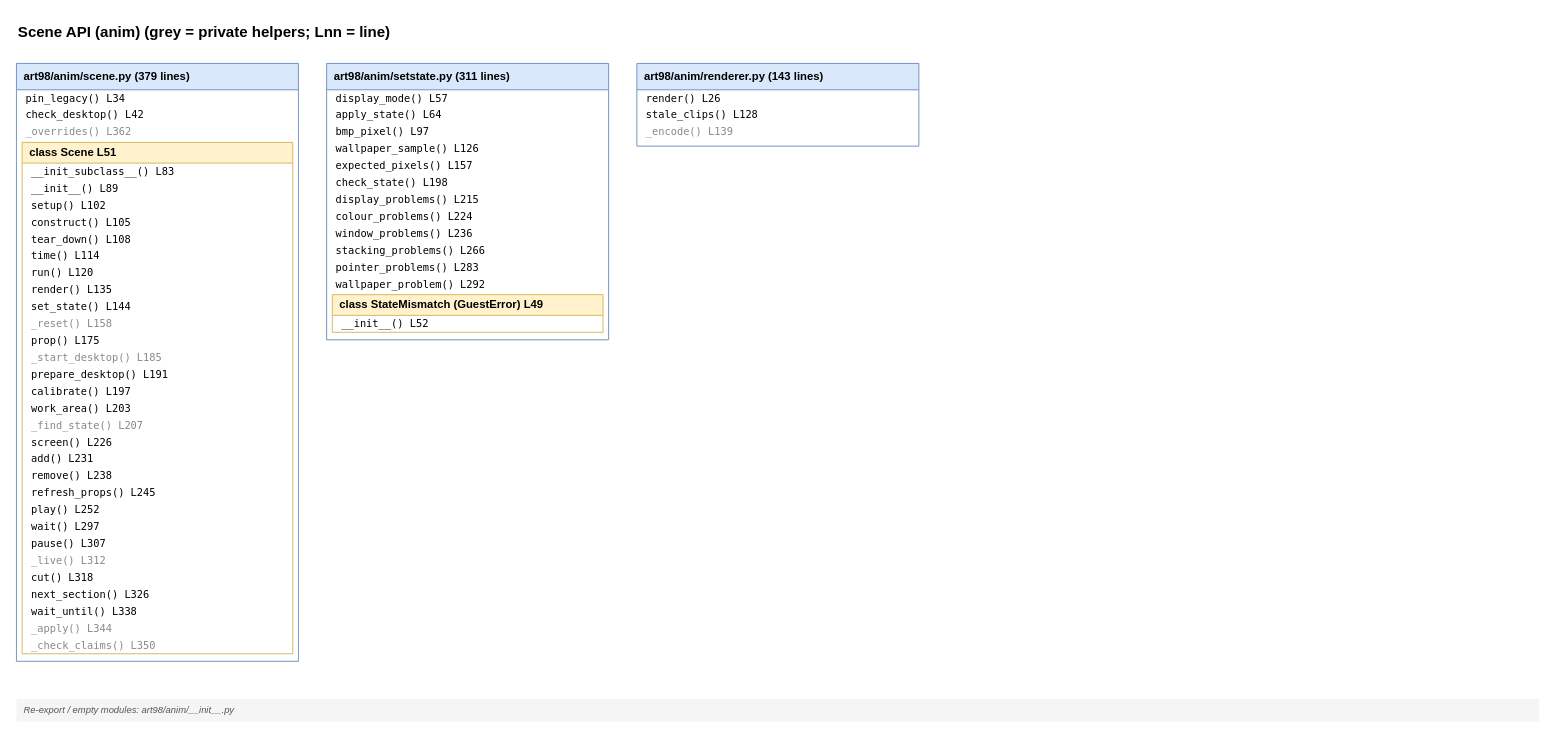
Above: page "Scene API (anim)" (3 of 10) of docs/diagrams/function-tree.drawio in StanLukuvka/98artware (draw.io), before the change. Source tidied: cells renumbered, new cells numbered last; positions are measured from the earlier drawing's top-left corner, leaving out a move shared by most shapes. Both pictures are drawn from the tidied source at 94%, with x=0, y=0 at pixel (16, 16).
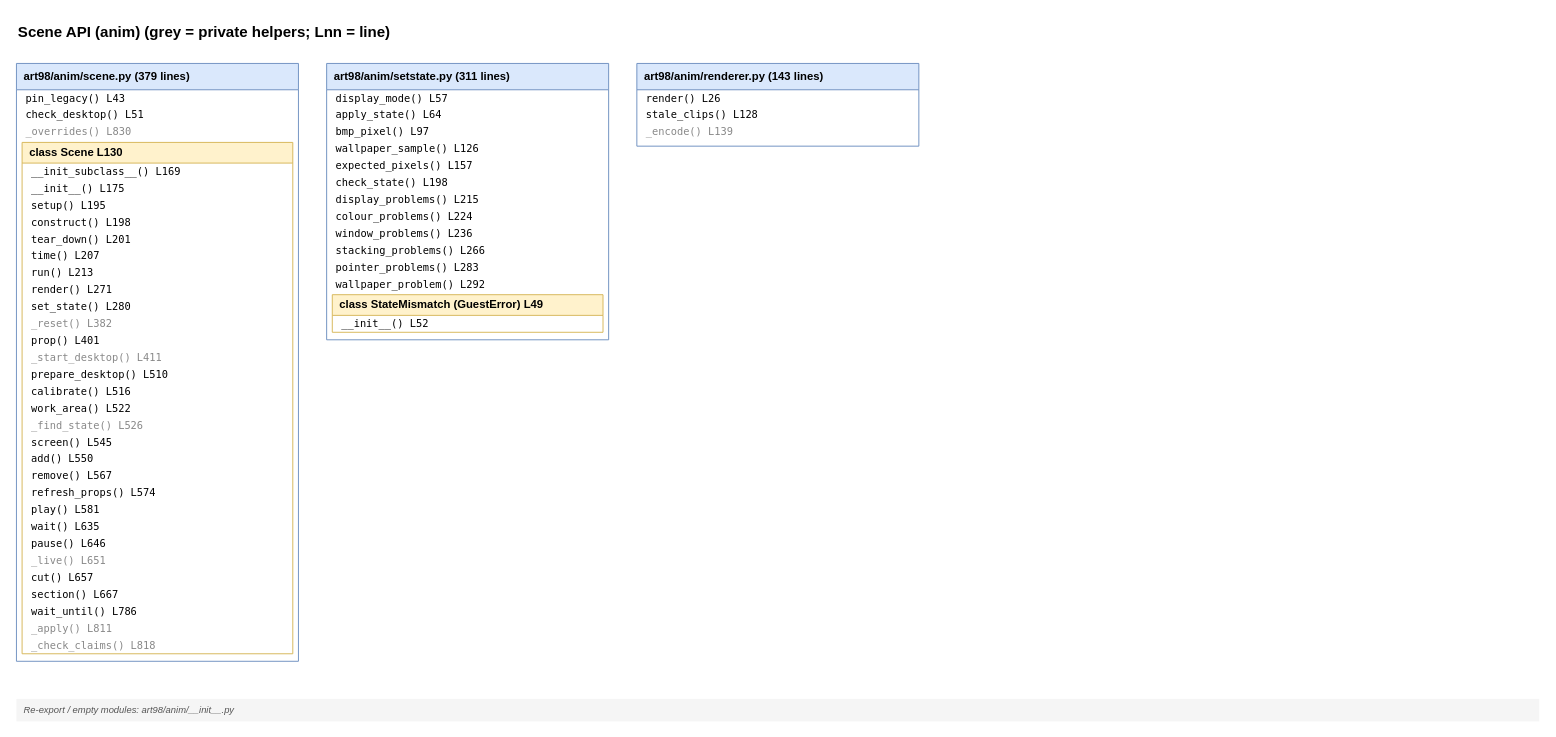
Above is the later version.

Unchanged cells that the change refers to:
```xml
<mxCell id="3" value="art98/anim/scene.py  (379 lines)" style="swimlane;startSize=28;horizontal=1;fillColor=#dae8fc;strokeColor=#6c8ebf;fontStyle=1;align=left;spacingLeft=6;html=1;" parent="1" vertex="1">
  <mxGeometry y="50" width="300" height="636" as="geometry" />
</mxCell>
```

Change to the diagram source:
```diff
@@
-    <mxCell id="4" value="pin_legacy()  L34" style="text;html=1;align=left;verticalAlign=middle;spacingLeft=8;fontFamily=monospace;fontSize=11;strokeColor=none;fillColor=none;" parent="3" vertex="1">
+    <mxCell id="4" value="pin_legacy()  L43" style="text;html=1;align=left;verticalAlign=middle;spacingLeft=8;fontFamily=monospace;fontSize=11;strokeColor=none;fillColor=none;" parent="3" vertex="1">
       <mxGeometry y="28" width="300" height="18" as="geometry" />
     </mxCell>
-    <mxCell id="5" value="check_desktop()  L42" style="text;html=1;align=left;verticalAlign=middle;spacingLeft=8;fontFamily=monospace;fontSize=11;strokeColor=none;fillColor=none;" parent="3" vertex="1">
+    <mxCell id="5" value="check_desktop()  L51" style="text;html=1;align=left;verticalAlign=middle;spacingLeft=8;fontFamily=monospace;fontSize=11;strokeColor=none;fillColor=none;" parent="3" vertex="1">
       <mxGeometry y="46" width="300" height="18" as="geometry" />
     </mxCell>
-    <mxCell id="6" value="_overrides()  L362" style="text;html=1;align=left;verticalAlign=middle;spacingLeft=8;fontFamily=monospace;fontSize=11;strokeColor=none;fillColor=none;fontColor=#888888;" parent="3" vertex="1">
+    <mxCell id="6" value="_overrides()  L830" style="text;html=1;align=left;verticalAlign=middle;spacingLeft=8;fontFamily=monospace;fontSize=11;strokeColor=none;fillColor=none;fontColor=#888888;" parent="3" vertex="1">
       <mxGeometry y="64" width="300" height="18" as="geometry" />
     </mxCell>
-    <mxCell id="7" value="class Scene  L51" style="swimlane;startSize=22;fillColor=#fff2cc;strokeColor=#d6b656;fontStyle=1;align=left;spacingLeft=6;html=1;" parent="3" vertex="1">
+    <mxCell id="7" value="class Scene  L130" style="swimlane;startSize=22;fillColor=#fff2cc;strokeColor=#d6b656;fontStyle=1;align=left;spacingLeft=6;html=1;" parent="3" vertex="1">
       <mxGeometry x="6" y="84" width="288" height="544" as="geometry" />
     </mxCell>
-    <mxCell id="8" value="__init_subclass__()  L83" style="text;html=1;align=left;verticalAlign=middle;spacingLeft=8;fontFamily=monospace;fontSize=11;strokeColor=none;fillColor=none;" parent="7" vertex="1">
+    <mxCell id="8" value="__init_subclass__()  L169" style="text;html=1;align=left;verticalAlign=middle;spacingLeft=8;fontFamily=monospace;fontSize=11;strokeColor=none;fillColor=none;" parent="7" vertex="1">
       <mxGeometry y="22" width="288" height="18" as="geometry" />
     </mxCell>
-    <mxCell id="9" value="__init__()  L89" style="text;html=1;align=left;verticalAlign=middle;spacingLeft=8;fontFamily=monospace;fontSize=11;strokeColor=none;fillColor=none;" parent="7" vertex="1">
+    <mxCell id="9" value="__init__()  L175" style="text;html=1;align=left;verticalAlign=middle;spacingLeft=8;fontFamily=monospace;fontSize=11;strokeColor=none;fillColor=none;" parent="7" vertex="1">
       <mxGeometry y="40" width="288" height="18" as="geometry" />
     </mxCell>
-    <mxCell id="10" value="setup()  L102" style="text;html=1;align=left;verticalAlign=middle;spacingLeft=8;fontFamily=monospace;fontSize=11;strokeColor=none;fillColor=none;" parent="7" vertex="1">
+    <mxCell id="10" value="setup()  L195" style="text;html=1;align=left;verticalAlign=middle;spacingLeft=8;fontFamily=monospace;fontSize=11;strokeColor=none;fillColor=none;" parent="7" vertex="1">
       <mxGeometry y="58" width="288" height="18" as="geometry" />
     </mxCell>
-    <mxCell id="11" value="construct()  L105" style="text;html=1;align=left;verticalAlign=middle;spacingLeft=8;fontFamily=monospace;fontSize=11;strokeColor=none;fillColor=none;" parent="7" vertex="1">
+    <mxCell id="11" value="construct()  L198" style="text;html=1;align=left;verticalAlign=middle;spacingLeft=8;fontFamily=monospace;fontSize=11;strokeColor=none;fillColor=none;" parent="7" vertex="1">
       <mxGeometry y="76" width="288" height="18" as="geometry" />
     </mxCell>
-    <mxCell id="12" value="tear_down()  L108" style="text;html=1;align=left;verticalAlign=middle;spacingLeft=8;fontFamily=monospace;fontSize=11;strokeColor=none;fillColor=none;" parent="7" vertex="1">
+    <mxCell id="12" value="tear_down()  L201" style="text;html=1;align=left;verticalAlign=middle;spacingLeft=8;fontFamily=monospace;fontSize=11;strokeColor=none;fillColor=none;" parent="7" vertex="1">
       <mxGeometry y="94" width="288" height="18" as="geometry" />
     </mxCell>
-    <mxCell id="13" value="time()  L114" style="text;html=1;align=left;verticalAlign=middle;spacingLeft=8;fontFamily=monospace;fontSize=11;strokeColor=none;fillColor=none;" parent="7" vertex="1">
+    <mxCell id="13" value="time()  L207" style="text;html=1;align=left;verticalAlign=middle;spacingLeft=8;fontFamily=monospace;fontSize=11;strokeColor=none;fillColor=none;" parent="7" vertex="1">
       <mxGeometry y="112" width="288" height="18" as="geometry" />
     </mxCell>
-    <mxCell id="14" value="run()  L120" style="text;html=1;align=left;verticalAlign=middle;spacingLeft=8;fontFamily=monospace;fontSize=11;strokeColor=none;fillColor=none;" parent="7" vertex="1">
+    <mxCell id="14" value="run()  L213" style="text;html=1;align=left;verticalAlign=middle;spacingLeft=8;fontFamily=monospace;fontSize=11;strokeColor=none;fillColor=none;" parent="7" vertex="1">
       <mxGeometry y="130" width="288" height="18" as="geometry" />
     </mxCell>
-    <mxCell id="15" value="render()  L135" style="text;html=1;align=left;verticalAlign=middle;spacingLeft=8;fontFamily=monospace;fontSize=11;strokeColor=none;fillColor=none;" parent="7" vertex="1">
+    <mxCell id="15" value="render()  L271" style="text;html=1;align=left;verticalAlign=middle;spacingLeft=8;fontFamily=monospace;fontSize=11;strokeColor=none;fillColor=none;" parent="7" vertex="1">
       <mxGeometry y="148" width="288" height="18" as="geometry" />
     </mxCell>
-    <mxCell id="16" value="set_state()  L144" style="text;html=1;align=left;verticalAlign=middle;spacingLeft=8;fontFamily=monospace;fontSize=11;strokeColor=none;fillColor=none;" parent="7" vertex="1">
+    <mxCell id="16" value="set_state()  L280" style="text;html=1;align=left;verticalAlign=middle;spacingLeft=8;fontFamily=monospace;fontSize=11;strokeColor=none;fillColor=none;" parent="7" vertex="1">
       <mxGeometry y="166" width="288" height="18" as="geometry" />
     </mxCell>
-    <mxCell id="17" value="_reset()  L158" style="text;html=1;align=left;verticalAlign=middle;spacingLeft=8;fontFamily=monospace;fontSize=11;strokeColor=none;fillColor=none;fontColor=#888888;" parent="7" vertex="1">
+    <mxCell id="17" value="_reset()  L382" style="text;html=1;align=left;verticalAlign=middle;spacingLeft=8;fontFamily=monospace;fontSize=11;strokeColor=none;fillColor=none;fontColor=#888888;" parent="7" vertex="1">
       <mxGeometry y="184" width="288" height="18" as="geometry" />
     </mxCell>
-    <mxCell id="18" value="prop()  L175" style="text;html=1;align=left;verticalAlign=middle;spacingLeft=8;fontFamily=monospace;fontSize=11;strokeColor=none;fillColor=none;" parent="7" vertex="1">
+    <mxCell id="18" value="prop()  L401" style="text;html=1;align=left;verticalAlign=middle;spacingLeft=8;fontFamily=monospace;fontSize=11;strokeColor=none;fillColor=none;" parent="7" vertex="1">
       <mxGeometry y="202" width="288" height="18" as="geometry" />
     </mxCell>
-    <mxCell id="19" value="_start_desktop()  L185" style="text;html=1;align=left;verticalAlign=middle;spacingLeft=8;fontFamily=monospace;fontSize=11;strokeColor=none;fillColor=none;fontColor=#888888;" parent="7" vertex="1">
+    <mxCell id="19" value="_start_desktop()  L411" style="text;html=1;align=left;verticalAlign=middle;spacingLeft=8;fontFamily=monospace;fontSize=11;strokeColor=none;fillColor=none;fontColor=#888888;" parent="7" vertex="1">
       <mxGeometry y="220" width="288" height="18" as="geometry" />
     </mxCell>
-    <mxCell id="20" value="prepare_desktop()  L191" style="text;html=1;align=left;verticalAlign=middle;spacingLeft=8;fontFamily=monospace;fontSize=11;strokeColor=none;fillColor=none;" parent="7" vertex="1">
+    <mxCell id="20" value="prepare_desktop()  L510" style="text;html=1;align=left;verticalAlign=middle;spacingLeft=8;fontFamily=monospace;fontSize=11;strokeColor=none;fillColor=none;" parent="7" vertex="1">
       <mxGeometry y="238" width="288" height="18" as="geometry" />
     </mxCell>
-    <mxCell id="21" value="calibrate()  L197" style="text;html=1;align=left;verticalAlign=middle;spacingLeft=8;fontFamily=monospace;fontSize=11;strokeColor=none;fillColor=none;" parent="7" vertex="1">
+    <mxCell id="21" value="calibrate()  L516" style="text;html=1;align=left;verticalAlign=middle;spacingLeft=8;fontFamily=monospace;fontSize=11;strokeColor=none;fillColor=none;" parent="7" vertex="1">
       <mxGeometry y="256" width="288" height="18" as="geometry" />
     </mxCell>
-    <mxCell id="22" value="work_area()  L203" style="text;html=1;align=left;verticalAlign=middle;spacingLeft=8;fontFamily=monospace;fontSize=11;strokeColor=none;fillColor=none;" parent="7" vertex="1">
+    <mxCell id="22" value="work_area()  L522" style="text;html=1;align=left;verticalAlign=middle;spacingLeft=8;fontFamily=monospace;fontSize=11;strokeColor=none;fillColor=none;" parent="7" vertex="1">
       <mxGeometry y="274" width="288" height="18" as="geometry" />
     </mxCell>
-    <mxCell id="23" value="_find_state()  L207" style="text;html=1;align=left;verticalAlign=middle;spacingLeft=8;fontFamily=monospace;fontSize=11;strokeColor=none;fillColor=none;fontColor=#888888;" parent="7" vertex="1">
+    <mxCell id="23" value="_find_state()  L526" style="text;html=1;align=left;verticalAlign=middle;spacingLeft=8;fontFamily=monospace;fontSize=11;strokeColor=none;fillColor=none;fontColor=#888888;" parent="7" vertex="1">
       <mxGeometry y="292" width="288" height="18" as="geometry" />
     </mxCell>
-    <mxCell id="24" value="screen()  L226" style="text;html=1;align=left;verticalAlign=middle;spacingLeft=8;fontFamily=monospace;fontSize=11;strokeColor=none;fillColor=none;" parent="7" vertex="1">
+    <mxCell id="24" value="screen()  L545" style="text;html=1;align=left;verticalAlign=middle;spacingLeft=8;fontFamily=monospace;fontSize=11;strokeColor=none;fillColor=none;" parent="7" vertex="1">
       <mxGeometry y="310" width="288" height="18" as="geometry" />
     </mxCell>
-    <mxCell id="25" value="add()  L231" style="text;html=1;align=left;verticalAlign=middle;spacingLeft=8;fontFamily=monospace;fontSize=11;strokeColor=none;fillColor=none;" parent="7" vertex="1">
+    <mxCell id="25" value="add()  L550" style="text;html=1;align=left;verticalAlign=middle;spacingLeft=8;fontFamily=monospace;fontSize=11;strokeColor=none;fillColor=none;" parent="7" vertex="1">
       <mxGeometry y="328" width="288" height="18" as="geometry" />
     </mxCell>
-    <mxCell id="26" value="remove()  L238" style="text;html=1;align=left;verticalAlign=middle;spacingLeft=8;fontFamily=monospace;fontSize=11;strokeColor=none;fillColor=none;" parent="7" vertex="1">
+    <mxCell id="26" value="remove()  L567" style="text;html=1;align=left;verticalAlign=middle;spacingLeft=8;fontFamily=monospace;fontSize=11;strokeColor=none;fillColor=none;" parent="7" vertex="1">
       <mxGeometry y="346" width="288" height="18" as="geometry" />
     </mxCell>
-    <mxCell id="27" value="refresh_props()  L245" style="text;html=1;align=left;verticalAlign=middle;spacingLeft=8;fontFamily=monospace;fontSize=11;strokeColor=none;fillColor=none;" parent="7" vertex="1">
+    <mxCell id="27" value="refresh_props()  L574" style="text;html=1;align=left;verticalAlign=middle;spacingLeft=8;fontFamily=monospace;fontSize=11;strokeColor=none;fillColor=none;" parent="7" vertex="1">
       <mxGeometry y="364" width="288" height="18" as="geometry" />
     </mxCell>
-    <mxCell id="28" value="play()  L252" style="text;html=1;align=left;verticalAlign=middle;spacingLeft=8;fontFamily=monospace;fontSize=11;strokeColor=none;fillColor=none;" parent="7" vertex="1">
+    <mxCell id="28" value="play()  L581" style="text;html=1;align=left;verticalAlign=middle;spacingLeft=8;fontFamily=monospace;fontSize=11;strokeColor=none;fillColor=none;" parent="7" vertex="1">
       <mxGeometry y="382" width="288" height="18" as="geometry" />
     </mxCell>
-    <mxCell id="29" value="wait()  L297" style="text;html=1;align=left;verticalAlign=middle;spacingLeft=8;fontFamily=monospace;fontSize=11;strokeColor=none;fillColor=none;" parent="7" vertex="1">
+    <mxCell id="29" value="wait()  L635" style="text;html=1;align=left;verticalAlign=middle;spacingLeft=8;fontFamily=monospace;fontSize=11;strokeColor=none;fillColor=none;" parent="7" vertex="1">
       <mxGeometry y="400" width="288" height="18" as="geometry" />
     </mxCell>
-    <mxCell id="30" value="pause()  L307" style="text;html=1;align=left;verticalAlign=middle;spacingLeft=8;fontFamily=monospace;fontSize=11;strokeColor=none;fillColor=none;" parent="7" vertex="1">
+    <mxCell id="30" value="pause()  L646" style="text;html=1;align=left;verticalAlign=middle;spacingLeft=8;fontFamily=monospace;fontSize=11;strokeColor=none;fillColor=none;" parent="7" vertex="1">
       <mxGeometry y="418" width="288" height="18" as="geometry" />
     </mxCell>
-    <mxCell id="31" value="_live()  L312" style="text;html=1;align=left;verticalAlign=middle;spacingLeft=8;fontFamily=monospace;fontSize=11;strokeColor=none;fillColor=none;fontColor=#888888;" parent="7" vertex="1">
+    <mxCell id="31" value="_live()  L651" style="text;html=1;align=left;verticalAlign=middle;spacingLeft=8;fontFamily=monospace;fontSize=11;strokeColor=none;fillColor=none;fontColor=#888888;" parent="7" vertex="1">
       <mxGeometry y="436" width="288" height="18" as="geometry" />
     </mxCell>
-    <mxCell id="32" value="cut()  L318" style="text;html=1;align=left;verticalAlign=middle;spacingLeft=8;fontFamily=monospace;fontSize=11;strokeColor=none;fillColor=none;" parent="7" vertex="1">
+    <mxCell id="32" value="cut()  L657" style="text;html=1;align=left;verticalAlign=middle;spacingLeft=8;fontFamily=monospace;fontSize=11;strokeColor=none;fillColor=none;" parent="7" vertex="1">
       <mxGeometry y="454" width="288" height="18" as="geometry" />
     </mxCell>
-    <mxCell id="33" value="next_section()  L326" style="text;html=1;align=left;verticalAlign=middle;spacingLeft=8;fontFamily=monospace;fontSize=11;strokeColor=none;fillColor=none;" parent="7" vertex="1">
+    <mxCell id="33" value="section()  L667" style="text;html=1;align=left;verticalAlign=middle;spacingLeft=8;fontFamily=monospace;fontSize=11;strokeColor=none;fillColor=none;" parent="7" vertex="1">
       <mxGeometry y="472" width="288" height="18" as="geometry" />
     </mxCell>
-    <mxCell id="34" value="wait_until()  L338" style="text;html=1;align=left;verticalAlign=middle;spacingLeft=8;fontFamily=monospace;fontSize=11;strokeColor=none;fillColor=none;" parent="7" vertex="1">
+    <mxCell id="34" value="wait_until()  L786" style="text;html=1;align=left;verticalAlign=middle;spacingLeft=8;fontFamily=monospace;fontSize=11;strokeColor=none;fillColor=none;" parent="7" vertex="1">
       <mxGeometry y="490" width="288" height="18" as="geometry" />
     </mxCell>
-    <mxCell id="35" value="_apply()  L344" style="text;html=1;align=left;verticalAlign=middle;spacingLeft=8;fontFamily=monospace;fontSize=11;strokeColor=none;fillColor=none;fontColor=#888888;" parent="7" vertex="1">
+    <mxCell id="35" value="_apply()  L811" style="text;html=1;align=left;verticalAlign=middle;spacingLeft=8;fontFamily=monospace;fontSize=11;strokeColor=none;fillColor=none;fontColor=#888888;" parent="7" vertex="1">
       <mxGeometry y="508" width="288" height="18" as="geometry" />
     </mxCell>
-    <mxCell id="36" value="_check_claims()  L350" style="text;html=1;align=left;verticalAlign=middle;spacingLeft=8;fontFamily=monospace;fontSize=11;strokeColor=none;fillColor=none;fontColor=#888888;" parent="7" vertex="1">
+    <mxCell id="36" value="_check_claims()  L818" style="text;html=1;align=left;verticalAlign=middle;spacingLeft=8;fontFamily=monospace;fontSize=11;strokeColor=none;fillColor=none;fontColor=#888888;" parent="7" vertex="1">
       <mxGeometry y="526" width="288" height="18" as="geometry" />
     </mxCell>
```
